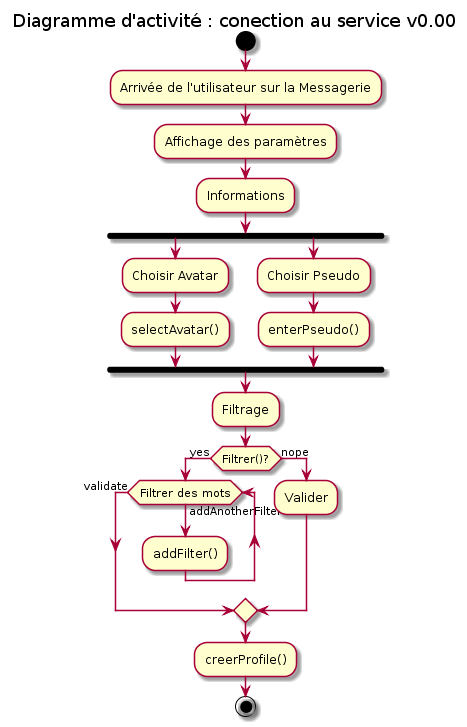
This is DC/diagrammes/activity-settings-diag.png from gdarchen/WhatsASI, a PlantUML export, as it was before one commit.
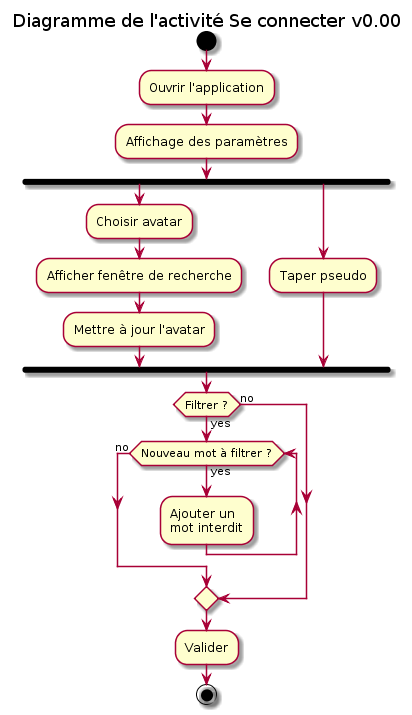
Above is the later version.

The edit, as a diff of the source:
```diff
@@ -1,26 +1,22 @@
 @startuml
-title Diagramme d'activité : conection au service v0.00
+title Diagramme de l'activité Se connecter v0.00
 
 start
-
-:Arrivée de l'utilisateur sur la Messagerie;
+:Ouvrir l'application;
 :Affichage des paramètres;
-:Informations;
 fork
-  :Choisir Avatar;
-  :selectAvatar();
+    :Choisir avatar;
+    :Afficher fenêtre de recherche;
+    :Mettre à jour l'avatar;
 fork again
-  :Choisir Pseudo;
-  :enterPseudo();
+  :Taper pseudo;
 endfork
-:Filtrage;
-if (Filtrer()?) then (yes)
-  while (Filtrer des mots) is (addAnotherFilter)
-    :addFilter();
-  endwhile(validate)
-else (nope)
+if (Filtrer ?) then (yes)
+  while (Nouveau mot à filtrer ?) is (yes)
+    :Ajouter un\nmot interdit;
+  endwhile(no)
+else (no)
+endif
 :Valider;
-endif
-:creerProfile();
 stop
 @enduml
```
